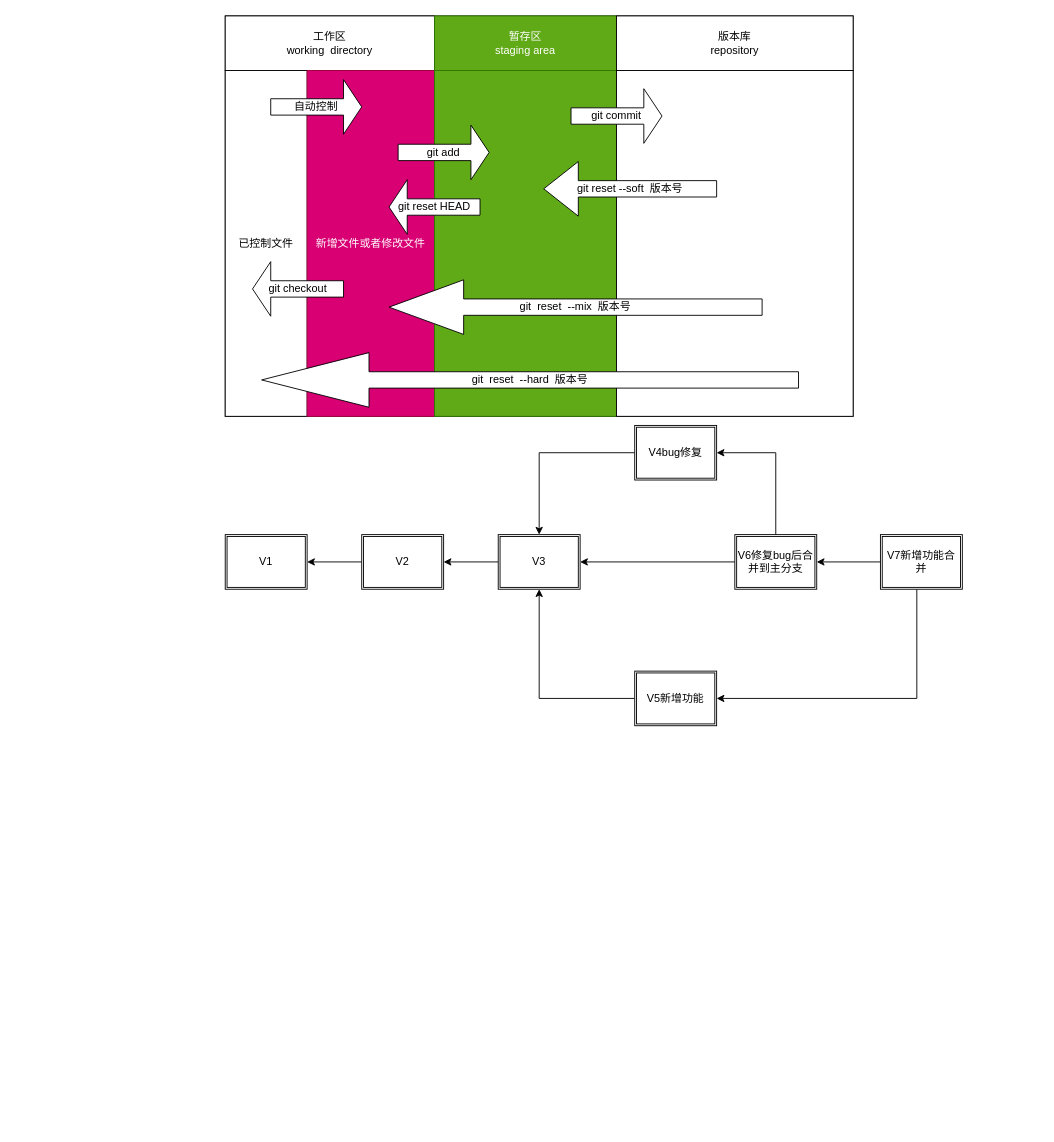
The draw.io diagram Untitled Diagram.drawio in Mrxiaoling/images, before the edit. Source tidied: cells renumbered, new cells numbered last; positions are measured from the earlier drawing's top-left corner, leaving out a move shared by most shapes. Both pictures are drawn from the tidied source at 91%, with x=0, y=0 at pixel (225, 15).
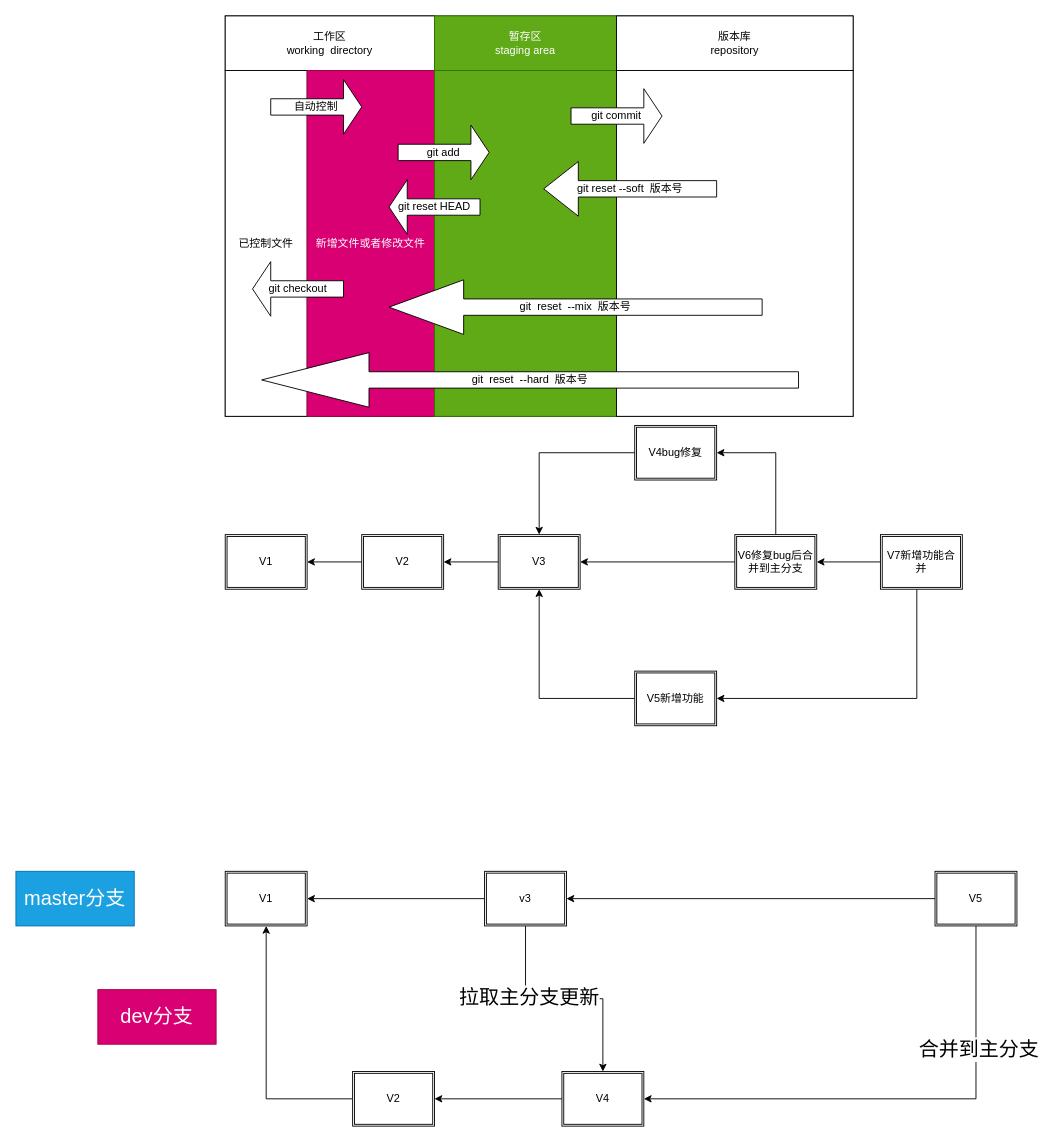
After the change.

What changed in the source:
```diff
@@
+    <mxCell id="33" value="V1" style="shape=ext;double=1;rounded=0;whiteSpace=wrap;html=1;" parent="1" vertex="1">
+      <mxGeometry y="940" width="90" height="60" as="geometry" />
+    </mxCell>
+    <mxCell id="34" style="edgeStyle=orthogonalEdgeStyle;rounded=0;jettySize=auto;html=1;entryX=1;entryY=0.5;entryDx=0;entryDy=0;fontSize=22;" parent="1" edge="1" source="37" target="43">
+      <mxGeometry relative="1" as="geometry">
+        <Array as="points">
+          <mxPoint x="825" y="1190" />
+        </Array>
+      </mxGeometry>
+    </mxCell>
+    <mxCell id="35" value="合并到主分支" style="edgeLabel;html=1;align=center;verticalAlign=middle;fontSize=22;" parent="34" vertex="1">
+      <mxGeometry x="-0.51" y="2" relative="1" as="geometry">
+        <mxPoint y="-1" as="offset" />
+      </mxGeometry>
+    </mxCell>
+    <mxCell id="36" style="edgeStyle=orthogonalEdgeStyle;rounded=0;jettySize=auto;html=1;entryX=1;entryY=0.5;entryDx=0;entryDy=0;fontSize=22;" parent="1" edge="1" source="37" target="47">
+      <mxGeometry relative="1" as="geometry" />
+    </mxCell>
+    <mxCell id="37" value="V5" style="shape=ext;double=1;rounded=0;whiteSpace=wrap;html=1;" parent="1" vertex="1">
+      <mxGeometry x="780" y="940" width="90" height="60" as="geometry" />
+    </mxCell>
+    <mxCell id="38" value="&lt;font style=&quot;font-size: 22px&quot;&gt;master分支&lt;/font&gt;" style="text;html=1;strokeColor=#006EAF;fillColor=#1ba1e2;align=center;verticalAlign=middle;whiteSpace=wrap;rounded=0;fontColor=#ffffff;" parent="1" vertex="1">
+      <mxGeometry x="-230" y="940" width="130" height="60" as="geometry" />
+    </mxCell>
+    <mxCell id="39" value="&lt;font style=&quot;font-size: 22px&quot;&gt;dev分支&lt;/font&gt;" style="text;html=1;strokeColor=#A50040;fillColor=#d80073;align=center;verticalAlign=middle;whiteSpace=wrap;rounded=0;fontColor=#ffffff;" parent="1" vertex="1">
+      <mxGeometry x="-140" y="1070" width="130" height="60" as="geometry" />
+    </mxCell>
+    <mxCell id="40" style="edgeStyle=orthogonalEdgeStyle;rounded=0;jettySize=auto;html=1;entryX=0.5;entryY=1;entryDx=0;entryDy=0;fontSize=22;" parent="1" edge="1" source="41" target="33">
+      <mxGeometry relative="1" as="geometry" />
+    </mxCell>
+    <mxCell id="41" value="V2" style="shape=ext;double=1;rounded=0;whiteSpace=wrap;html=1;" parent="1" vertex="1">
+      <mxGeometry x="140" y="1160" width="90" height="60" as="geometry" />
+    </mxCell>
+    <mxCell id="42" style="edgeStyle=orthogonalEdgeStyle;rounded=0;jettySize=auto;html=1;entryX=1;entryY=0.5;entryDx=0;entryDy=0;fontSize=22;" parent="1" edge="1" source="43" target="41">
+      <mxGeometry relative="1" as="geometry" />
+    </mxCell>
+    <mxCell id="43" value="V4" style="shape=ext;double=1;rounded=0;whiteSpace=wrap;html=1;" parent="1" vertex="1">
+      <mxGeometry x="370" y="1160" width="90" height="60" as="geometry" />
+    </mxCell>
+    <mxCell id="44" style="edgeStyle=orthogonalEdgeStyle;rounded=0;jettySize=auto;html=1;entryX=1;entryY=0.5;entryDx=0;entryDy=0;fontSize=22;" parent="1" edge="1" source="47" target="33">
+      <mxGeometry relative="1" as="geometry" />
+    </mxCell>
+    <mxCell id="45" style="edgeStyle=orthogonalEdgeStyle;rounded=0;jettySize=auto;html=1;fontSize=22;" parent="1" edge="1" source="47" target="43">
+      <mxGeometry relative="1" as="geometry" />
+    </mxCell>
+    <mxCell id="46" value="拉取主分支更新" style="edgeLabel;html=1;align=center;verticalAlign=middle;fontSize=22;" parent="45" vertex="1">
+      <mxGeometry x="-0.33" y="2" relative="1" as="geometry">
+        <mxPoint x="1" as="offset" />
+      </mxGeometry>
+    </mxCell>
+    <mxCell id="47" value="v3" style="shape=ext;double=1;rounded=0;whiteSpace=wrap;html=1;" parent="1" vertex="1">
+      <mxGeometry x="285" y="940" width="90" height="60" as="geometry" />
+    </mxCell>
```
